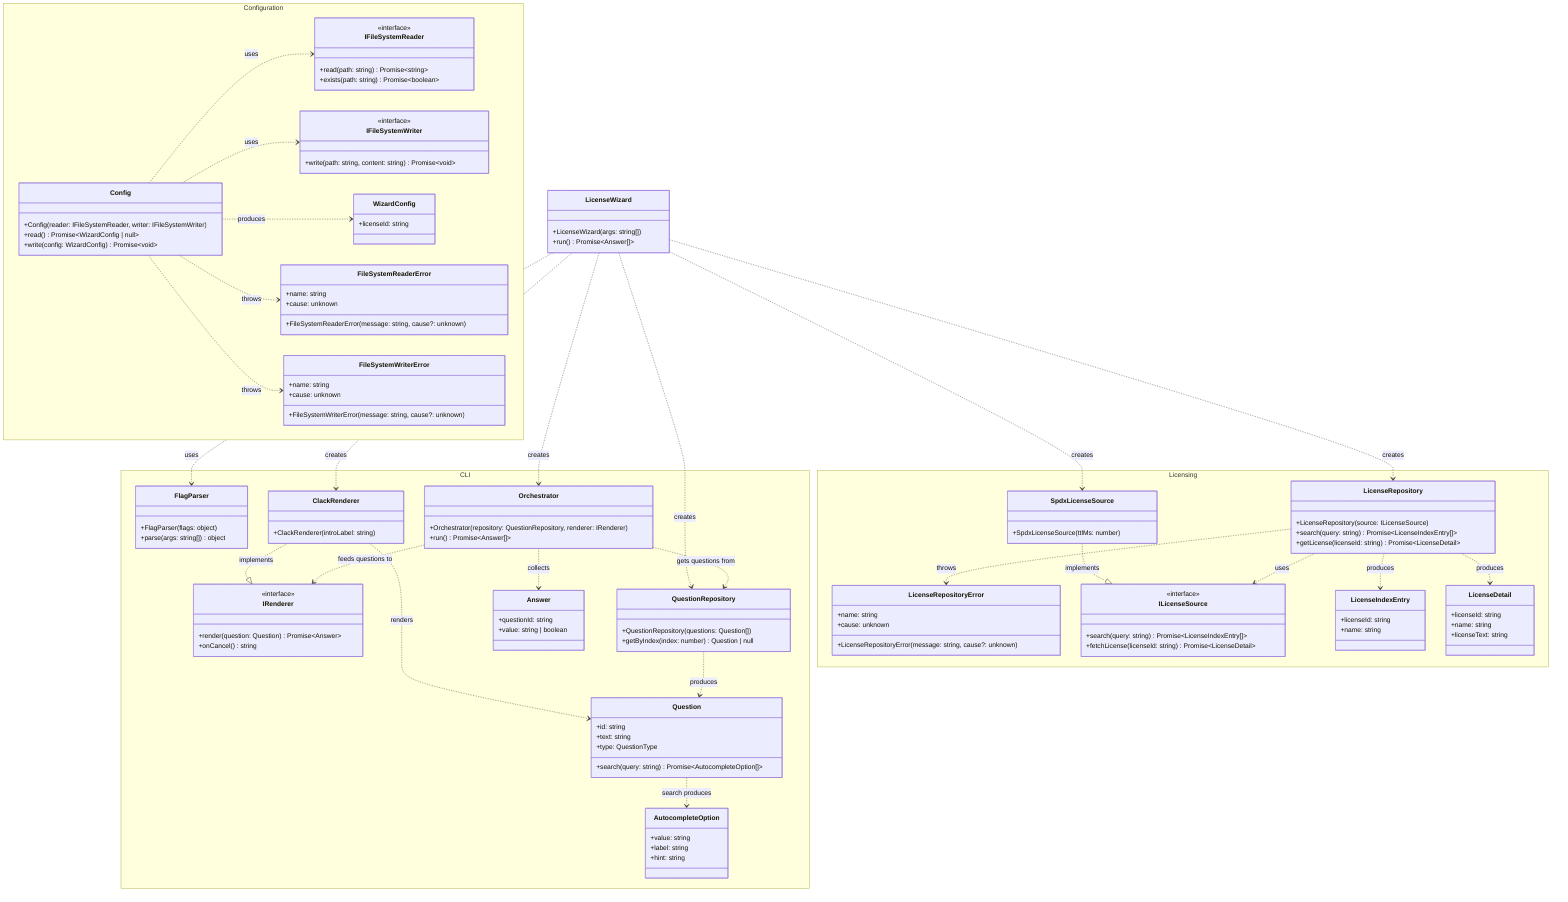
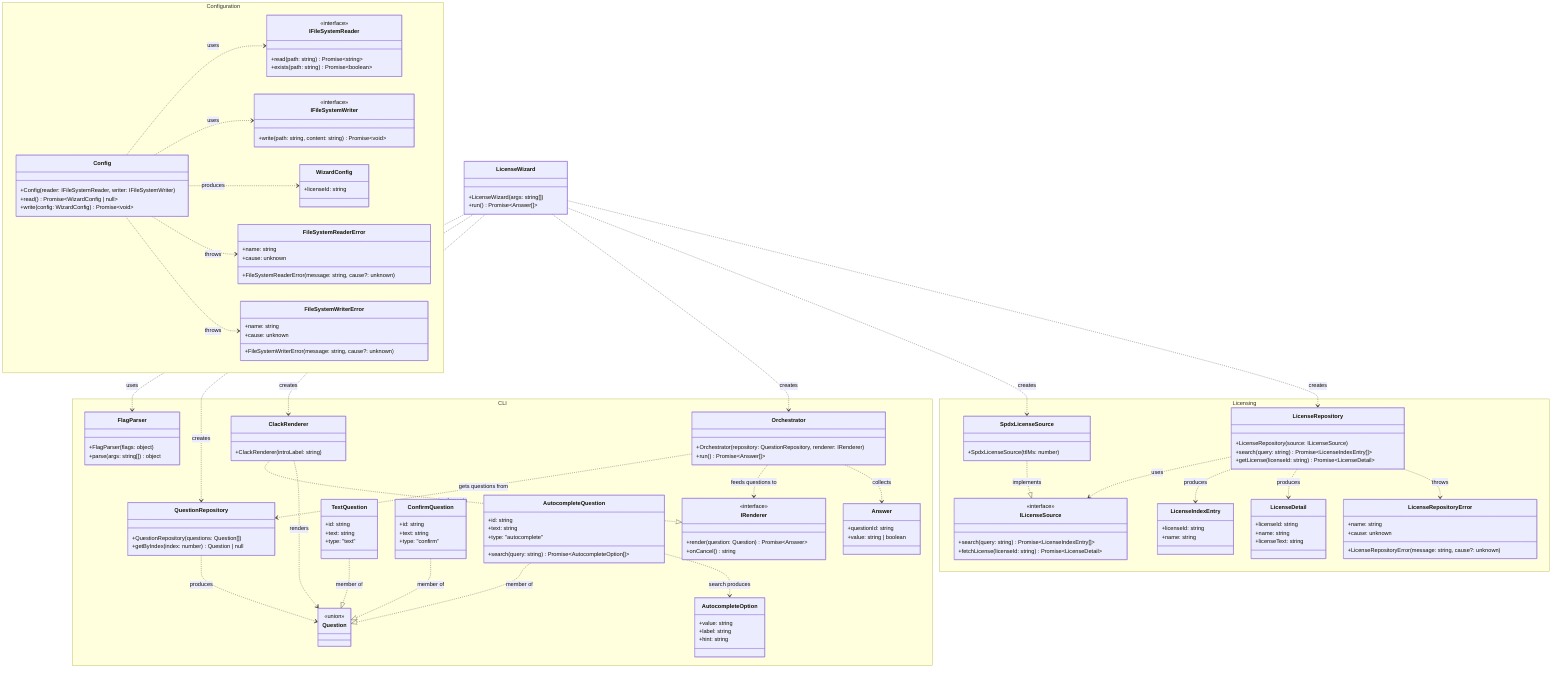
classDiagram
  direction TB

  class LicenseWizard {
    +LicenseWizard(args: string[])
    +run() Promise~Answer[]~
  }

  namespace CLI {
    class FlagParser {
      +FlagParser(flags: object)
      +parse(args: string[]) object
    }

    class Orchestrator {
      +Orchestrator(repository: QuestionRepository, renderer: IRenderer)
      +run() Promise~Answer[]~
    }

    class IRenderer {
      <<interface>>
      +render(question: Question) Promise~Answer~
      +onCancel() string
    }

    class ClackRenderer {
      +ClackRenderer(introLabel: string)
    }

    class QuestionRepository {
      +QuestionRepository(questions: Question[])
      +getByIndex(index: number) Question | null
    }

    class Question {
+       <<union>>
+     }
+ 
+     class TextQuestion {
      +id: string
      +text: string
-       +type: QuestionType
+       +type: "text"
+     }
+ 
+     class ConfirmQuestion {
+       +id: string
+       +text: string
+       +type: "confirm"
+     }
+ 
+     class AutocompleteQuestion {
+       +id: string
+       +text: string
+       +type: "autocomplete"
      +search(query: string) Promise~AutocompleteOption[]~
    }

    class AutocompleteOption {
      +value: string
      +label: string
      +hint: string
    }

    class Answer {
      +questionId: string
      +value: string | boolean
    }
  }

  namespace Licensing {
    class LicenseRepository {
      +LicenseRepository(source: ILicenseSource)
      +search(query: string) Promise~LicenseIndexEntry[]~
      +getLicense(licenseId: string) Promise~LicenseDetail~
    }

    class LicenseRepositoryError {
      +name: string
      +cause: unknown
      +LicenseRepositoryError(message: string, cause?: unknown)
    }

    class ILicenseSource {
      <<interface>>
      +search(query: string) Promise~LicenseIndexEntry[]~
      +fetchLicense(licenseId: string) Promise~LicenseDetail~
    }

    class SpdxLicenseSource {
      +SpdxLicenseSource(ttlMs: number)
    }

    class LicenseIndexEntry {
      +licenseId: string
      +name: string
    }

    class LicenseDetail {
      +licenseId: string
      +name: string
      +licenseText: string
    }
  }

  namespace Configuration {
    class IFileSystemReader {
      <<interface>>
      +read(path: string) Promise~string~
      +exists(path: string) Promise~boolean~
    }

    class IFileSystemWriter {
      <<interface>>
      +write(path: string, content: string) Promise~void~
    }

    class FileSystemReaderError {
      +name: string
      +cause: unknown
      +FileSystemReaderError(message: string, cause?: unknown)
    }

    class FileSystemWriterError {
      +name: string
      +cause: unknown
      +FileSystemWriterError(message: string, cause?: unknown)
    }

    class WizardConfig {
      +licenseId: string
    }

    class Config {
      +Config(reader: IFileSystemReader, writer: IFileSystemWriter)
      +read() Promise~WizardConfig | null~
      +write(config: WizardConfig) Promise~void~
    }
  }

+   TextQuestion ..|> Question : member of
+   ConfirmQuestion ..|> Question : member of
+   AutocompleteQuestion ..|> Question : member of
  ClackRenderer ..|> IRenderer : implements
  LicenseWizard ..> FlagParser : uses
  LicenseWizard ..> QuestionRepository : creates
  LicenseWizard ..> ClackRenderer : creates
  LicenseWizard ..> Orchestrator : creates
  LicenseWizard ..> SpdxLicenseSource : creates
  LicenseWizard ..> LicenseRepository : creates
  Orchestrator ..> QuestionRepository : gets questions from
  Orchestrator ..> IRenderer : feeds questions to
  ClackRenderer ..> Question : renders
  QuestionRepository ..> Question : produces
-   Question ..> AutocompleteOption : search produces
+   AutocompleteQuestion ..> AutocompleteOption : search produces
  Orchestrator ..> Answer : collects
  SpdxLicenseSource ..|> ILicenseSource : implements
  LicenseRepository ..> ILicenseSource : uses
  LicenseRepository ..> LicenseIndexEntry : produces
  LicenseRepository ..> LicenseDetail : produces
  LicenseRepository ..> LicenseRepositoryError : throws
  Config ..> IFileSystemReader : uses
  Config ..> IFileSystemWriter : uses
  Config ..> WizardConfig : produces
  Config ..> FileSystemReaderError : throws
  Config ..> FileSystemWriterError : throws
